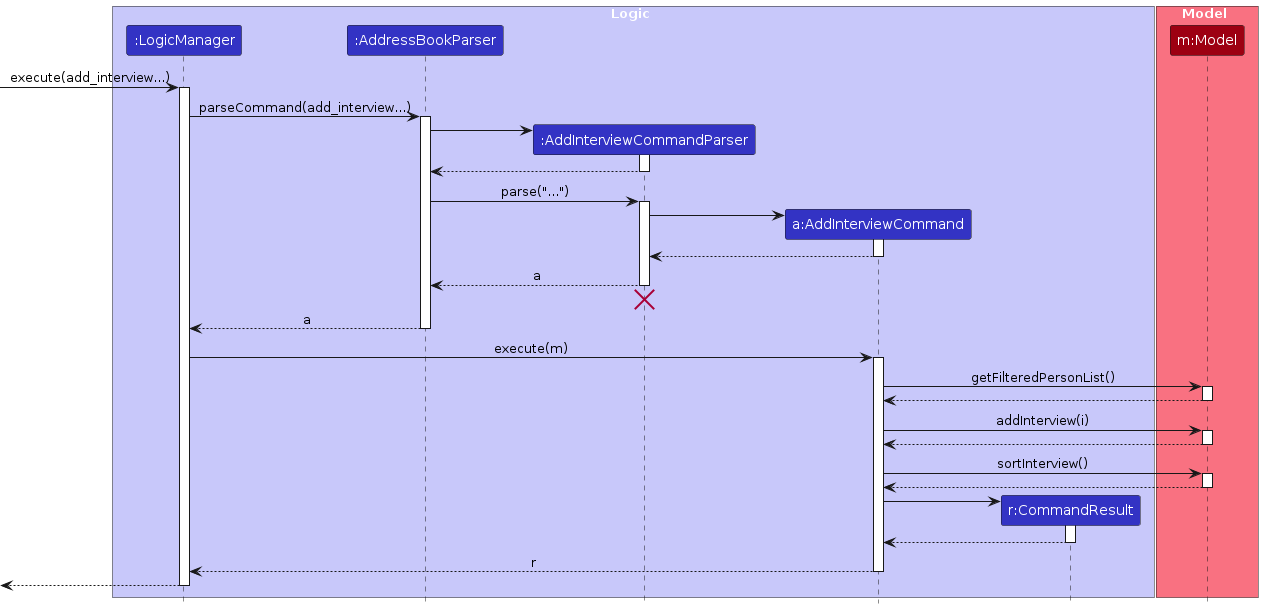
Earlier version of the PlantUML export diagrams/add-interviews/AddInterviewCommandSequence.png (AY2324S2-CS2103T-F11-3/tp). Its source is kept beside it as diagrams/add-interviews/AddInterviewCommandSequence.puml.
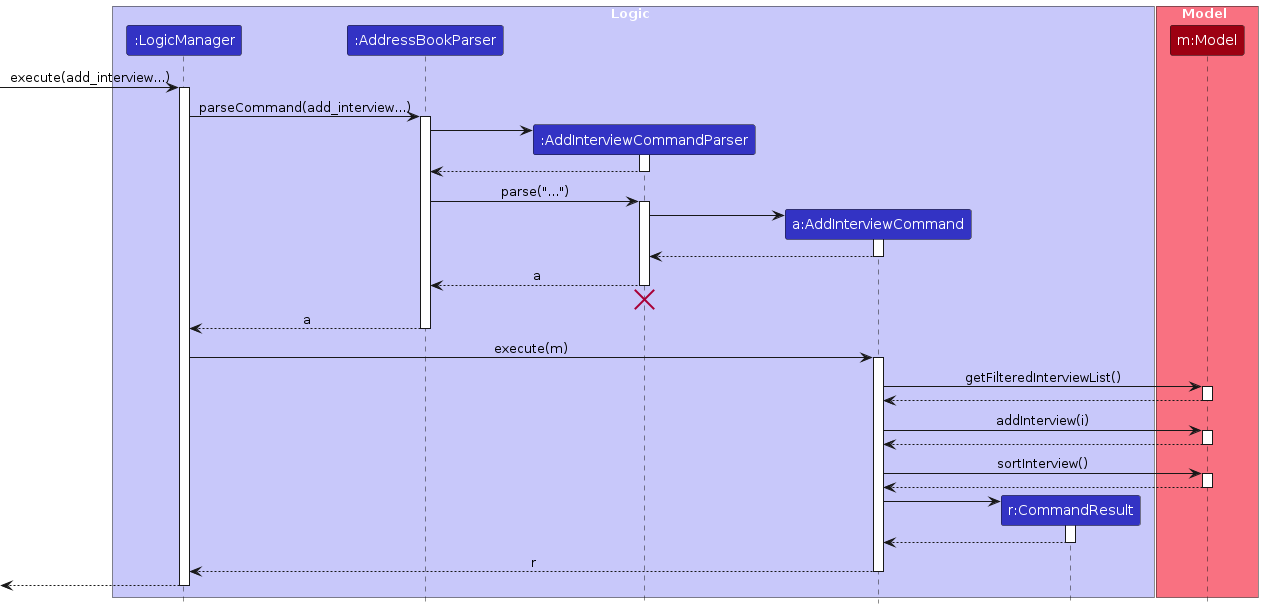
The same diagram one commit later.

What changed in the source:
```diff
@@ -48,7 +48,7 @@
 LogicManager -> AddInterviewCommand : execute(m)
 activate AddInterviewCommand
 
-AddInterviewCommand -> Model : getFilteredPersonList()
+AddInterviewCommand -> Model : getFilteredInterviewList()
 activate Model
 
 Model --> AddInterviewCommand
```
